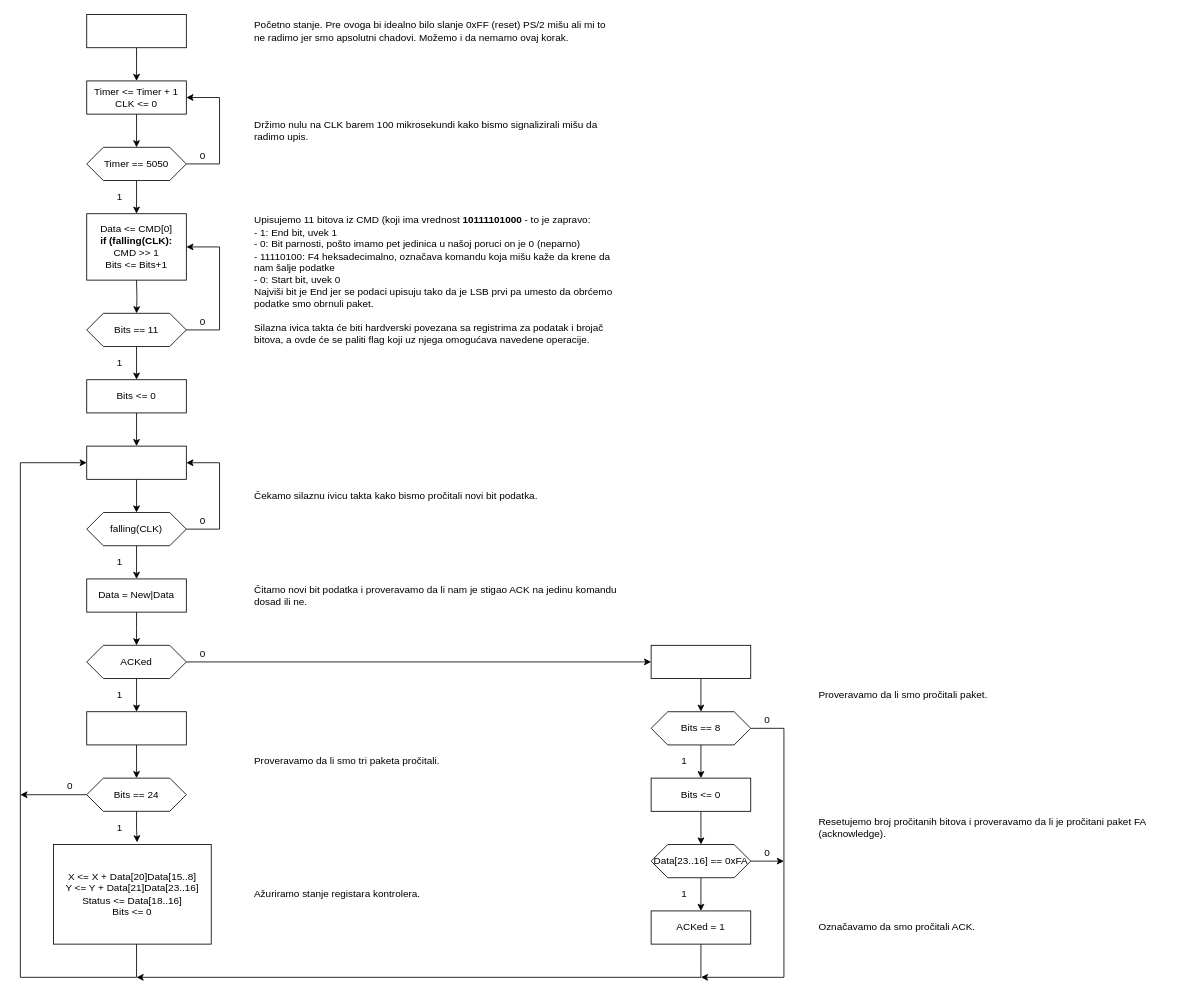
Above: controller/Controller.drawio in topofkeks/arilla (draw.io), before the change. Source tidied: cells renumbered, new cells numbered last; positions are measured from the earlier drawing's top-left corner, leaving out a move shared by most shapes. Both pictures are drawn from the tidied source at 83%, with x=0, y=0 at pixel (20, 14).
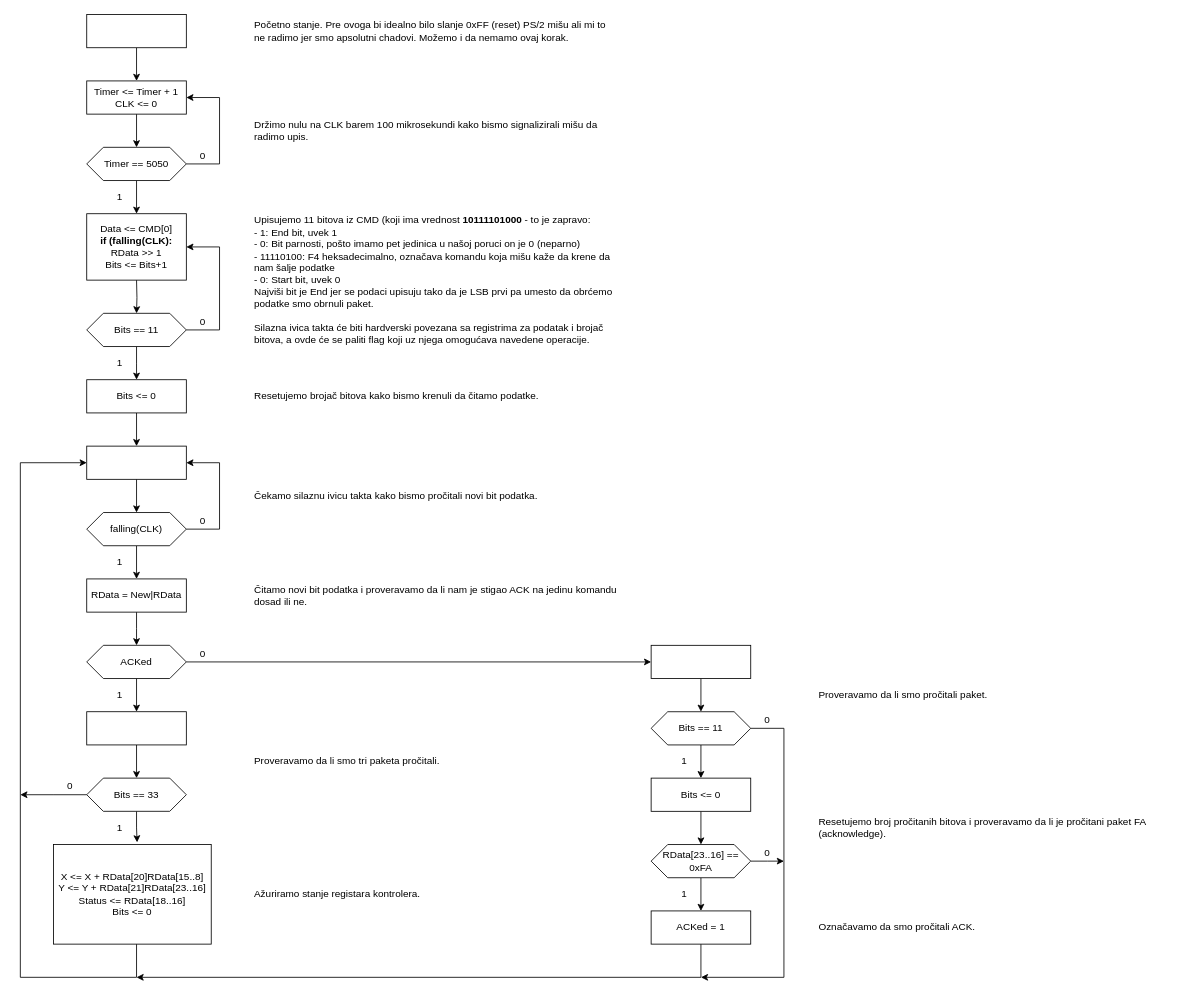
The same page after the edit.

Commit message (it also covers changes not shown here):
Control unit v1 for mouse controller.

What changed in the source:
```diff
@@
-    <mxCell id="8" value="Data &amp;lt;= CMD[0]&lt;br&gt;&lt;b&gt;if (falling(CLK):&lt;/b&gt;&lt;br&gt;CMD &amp;gt;&amp;gt; 1&lt;br&gt;Bits &amp;lt;= Bits+1" style="rounded=0;whiteSpace=wrap;html=1;" parent="1" vertex="1">
+    <mxCell id="8" value="Data &amp;lt;= CMD[0]&lt;br&gt;&lt;b&gt;if (falling(CLK):&lt;/b&gt;&lt;br&gt;RData &amp;gt;&amp;gt; 1&lt;br&gt;Bits &amp;lt;= Bits+1" style="rounded=0;whiteSpace=wrap;html=1;" parent="1" vertex="1">
       <mxGeometry x="80" y="240" width="120" height="80" as="geometry" />
     </mxCell>
@@
-    <mxCell id="24" value="Data = New|Data" style="rounded=0;whiteSpace=wrap;html=1;" parent="1" vertex="1">
+    <mxCell id="24" value="RData = New|RData" style="rounded=0;whiteSpace=wrap;html=1;" parent="1" vertex="1">
       <mxGeometry x="80" y="680" width="120" height="40" as="geometry" />
     </mxCell>
@@
-    <mxCell id="32" value="Bits == 8" style="shape=hexagon;perimeter=hexagonPerimeter2;whiteSpace=wrap;html=1;fixedSize=1;" parent="1" vertex="1">
+    <mxCell id="32" value="Bits == 11" style="shape=hexagon;perimeter=hexagonPerimeter2;whiteSpace=wrap;html=1;fixedSize=1;" parent="1" vertex="1">
       <mxGeometry x="760" y="840" width="120" height="40" as="geometry" />
     </mxCell>
@@
-    <mxCell id="38" value="Bits == 24" style="shape=hexagon;perimeter=hexagonPerimeter2;whiteSpace=wrap;html=1;fixedSize=1;" parent="1" vertex="1">
+    <mxCell id="38" value="&lt;div&gt;Bits == 33&lt;/div&gt;" style="shape=hexagon;perimeter=hexagonPerimeter2;whiteSpace=wrap;html=1;fixedSize=1;" parent="1" vertex="1">
       <mxGeometry x="80" y="920" width="120" height="40" as="geometry" />
     </mxCell>
@@
-    <mxCell id="44" value="Data[23..16] == 0xFA" style="shape=hexagon;perimeter=hexagonPerimeter2;whiteSpace=wrap;html=1;fixedSize=1;" parent="1" vertex="1">
+    <mxCell id="44" value="RData[23..16] == 0xFA" style="shape=hexagon;perimeter=hexagonPerimeter2;whiteSpace=wrap;html=1;fixedSize=1;" parent="1" vertex="1">
       <mxGeometry x="760" y="1000" width="120" height="40" as="geometry" />
     </mxCell>
@@
-    <mxCell id="56" value="X &amp;lt;= X + Data[20]Data[15..8]&lt;br&gt;Y &amp;lt;= Y + Data[21]Data[23..16]&lt;br&gt;Status &amp;lt;= Data[18..16]&lt;br&gt;Bits &amp;lt;= 0" style="rounded=0;whiteSpace=wrap;html=1;" parent="1" vertex="1">
+    <mxCell id="56" value="X &amp;lt;= X + RData[20]RData[15..8]&lt;br&gt;Y &amp;lt;= Y + RData[21]RData[23..16]&lt;br&gt;Status &amp;lt;= RData[18..16]&lt;br&gt;Bits &amp;lt;= 0" style="rounded=0;whiteSpace=wrap;html=1;" parent="1" vertex="1">
       <mxGeometry x="40" y="1000" width="190" height="120" as="geometry" />
     </mxCell>
@@
+    <mxCell id="69" value="Resetujemo broja&lt;span&gt;č bitova kako bismo krenuli da &lt;/span&gt;&lt;span&gt;čitamo podatke.&lt;br&gt;&lt;/span&gt;" style="text;html=1;strokeColor=none;fillColor=none;align=left;verticalAlign=middle;whiteSpace=wrap;rounded=0;" parent="1" vertex="1">
+      <mxGeometry x="280" y="440" width="440" height="40" as="geometry" />
+    </mxCell>
```
